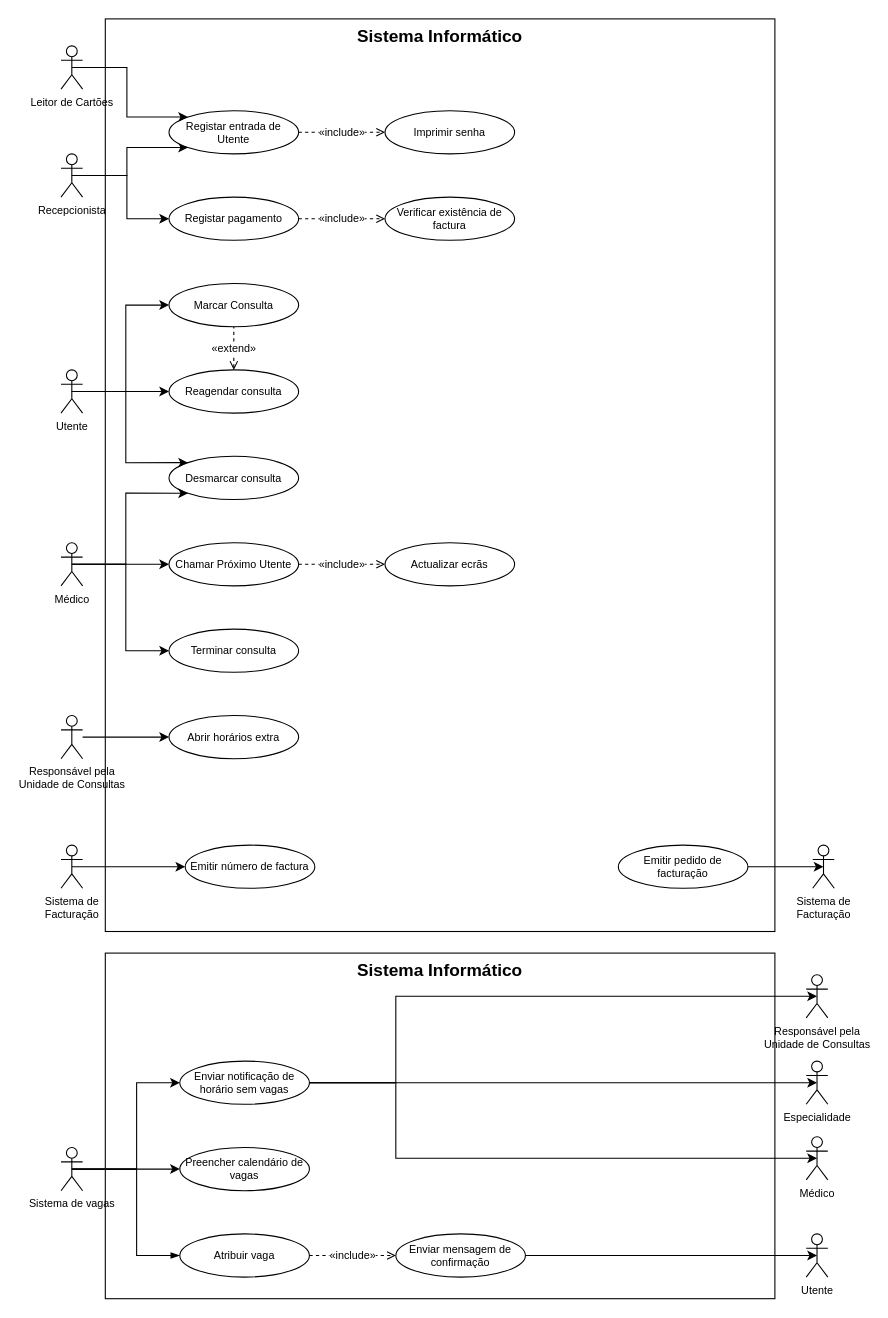
This is page "Geral" (2 of 7) of 1. Diagramas de Use Cases.drawio from carlan92/Hospital_Management_System, a draw.io file, before an edit. Source tidied: cells renumbered, new cells numbered last; positions are measured from the earlier drawing's top-left corner, leaving out a move shared by most shapes. Both pictures are drawn from the tidied source at 108%, with x=0, y=0 at pixel (60, 18).
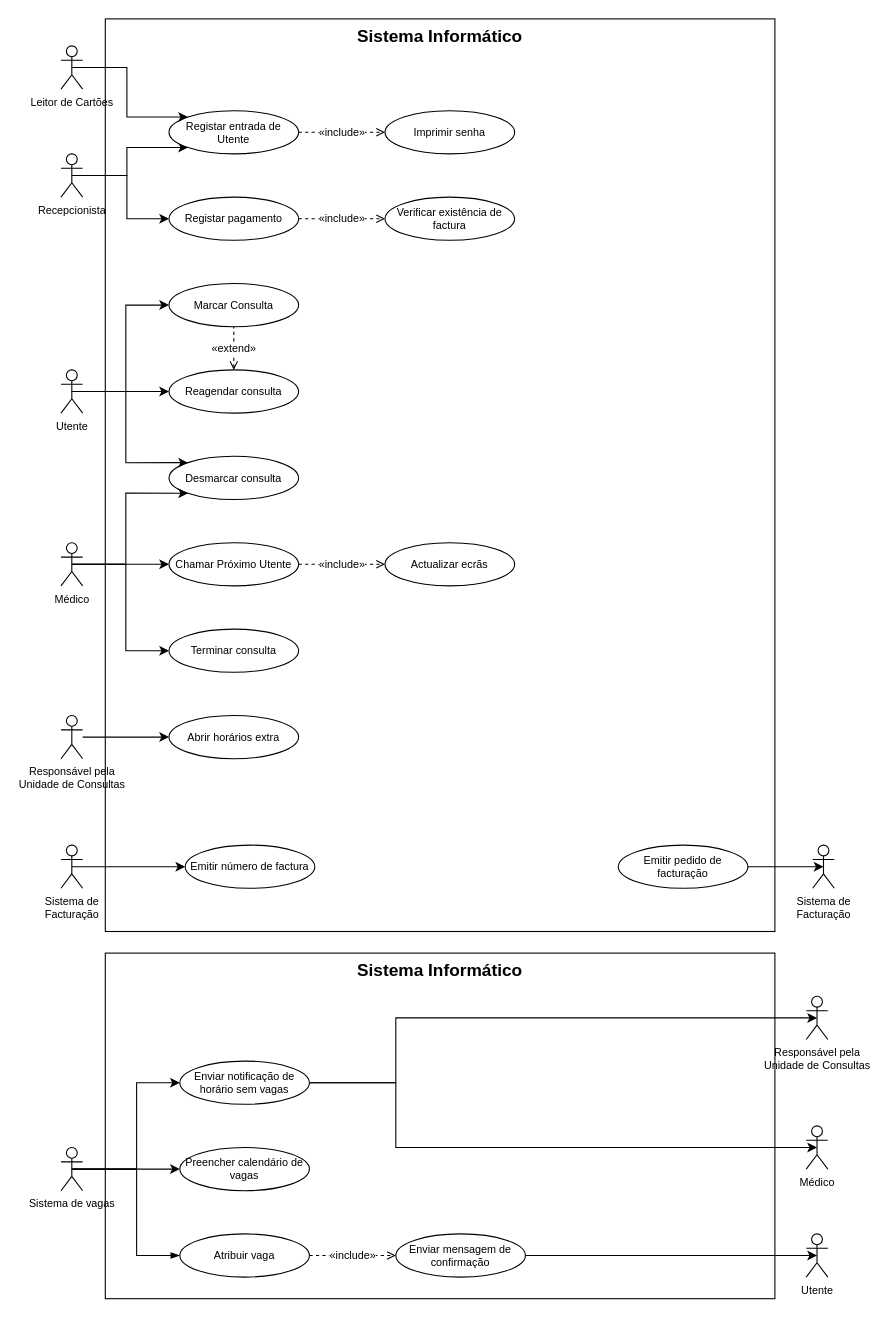
Above is the later version.

Unchanged cells that the change refers to:
```xml
<mxCell id="17" value="Enviar notificação de horário sem vagas" style="ellipse;whiteSpace=wrap;html=1;fontSize=10;" parent="1" vertex="1">
  <mxGeometry x="110" y="965" width="120" height="40" as="geometry" />
</mxCell>
```

The edit, as a diff of the source:
```diff
@@
+    <mxCell id="57" style="rounded=0;whiteSpace=wrap;html=1;fillColor=none;" parent="1" vertex="1">
+      <mxGeometry x="41" y="865" width="620" height="320" as="geometry" />
+    </mxCell>
@@
     <mxCell id="11" value="Responsável pela&lt;br style=&quot;font-size: 10px;&quot;&gt;Unidade de Consultas" style="shape=umlActor;verticalLabelPosition=bottom;verticalAlign=top;html=1;outlineConnect=0;fontSize=10;" parent="1" vertex="1">
-      <mxGeometry x="690" y="885" width="20" height="40" as="geometry" />
+      <mxGeometry x="690" y="905" width="20" height="40" as="geometry" />
     </mxCell>
@@
-    <mxCell id="15" style="edgeStyle=orthogonalEdgeStyle;rounded=0;jettySize=auto;html=1;fontSize=10;entryX=0.5;entryY=0.5;entryDx=0;entryDy=0;entryPerimeter=0;" parent="1" edge="1" source="17" target="20">
-      <mxGeometry relative="1" as="geometry">
-        <Array as="points">
-          <mxPoint x="340" y="985" />
-          <mxPoint x="340" y="985" />
-        </Array>
-      </mxGeometry>
-    </mxCell>
     <mxCell id="16" style="edgeStyle=orthogonalEdgeStyle;rounded=0;jettySize=auto;html=1;fontSize=10;entryX=0.5;entryY=0.5;entryDx=0;entryDy=0;entryPerimeter=0;" parent="1" edge="1" source="17" target="19">
       <mxGeometry relative="1" as="geometry">
         <Array as="points">
           <mxPoint x="310" y="985" />
-          <mxPoint x="310" y="1055" />
+          <mxPoint x="310" y="1045" />
         </Array>
       </mxGeometry>
     </mxCell>
@@
     <mxCell id="19" value="Médico" style="shape=umlActor;verticalLabelPosition=bottom;verticalAlign=top;html=1;outlineConnect=0;fontSize=10;" parent="1" vertex="1">
-      <mxGeometry x="690" y="1035" width="20" height="40" as="geometry" />
+      <mxGeometry x="690" y="1025" width="20" height="40" as="geometry" />
     </mxCell>
-    <mxCell id="20" value="Especialidade" style="shape=umlActor;verticalLabelPosition=bottom;verticalAlign=top;html=1;outlineConnect=0;fontSize=10;" parent="1" vertex="1">
-      <mxGeometry x="690" y="965" width="20" height="40" as="geometry" />
-    </mxCell>
@@
     <mxCell id="24" style="edgeStyle=orthogonalEdgeStyle;rounded=0;jettySize=auto;html=1;exitX=1;exitY=0.5;exitDx=0;exitDy=0;fontSize=10;entryX=0.5;entryY=0.5;entryDx=0;entryDy=0;entryPerimeter=0;" parent="1" edge="1" source="17" target="11">
       <mxGeometry relative="1" as="geometry">
         <Array as="points">
-          <mxPoint x="230" y="985" />
           <mxPoint x="310" y="985" />
-          <mxPoint x="310" y="905" />
+          <mxPoint x="310" y="925" />
         </Array>
       </mxGeometry>
     </mxCell>
@@
-    <mxCell id="57" style="rounded=0;whiteSpace=wrap;html=1;fillColor=none;" parent="1" vertex="1">
-      <mxGeometry x="41" y="865" width="620" height="320" as="geometry" />
-    </mxCell>
```
